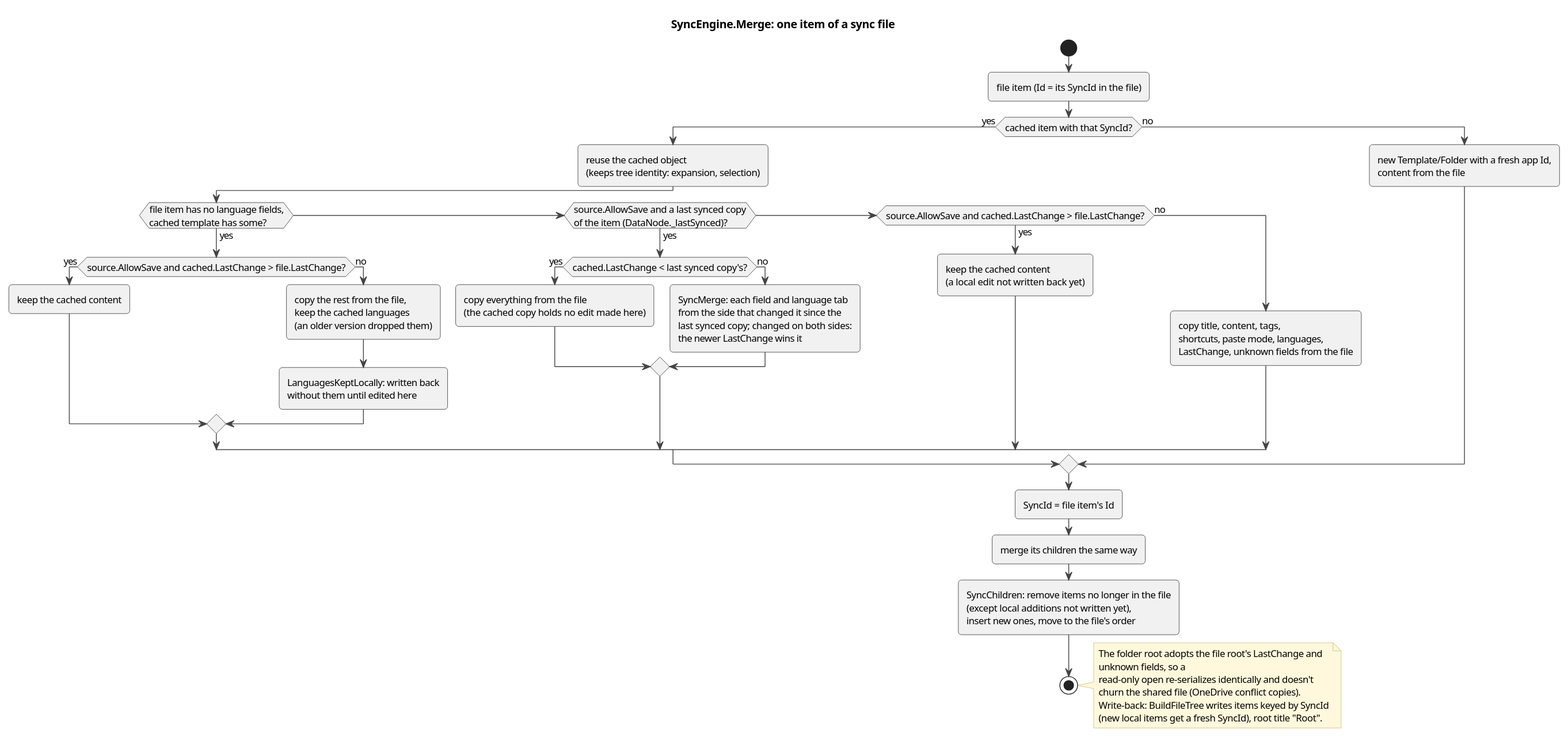
The PlantUML diagram docs/architecture/diagrams/act-sync-merge.svg in halatsWol/TextTemplateManager-v2, before a commit.
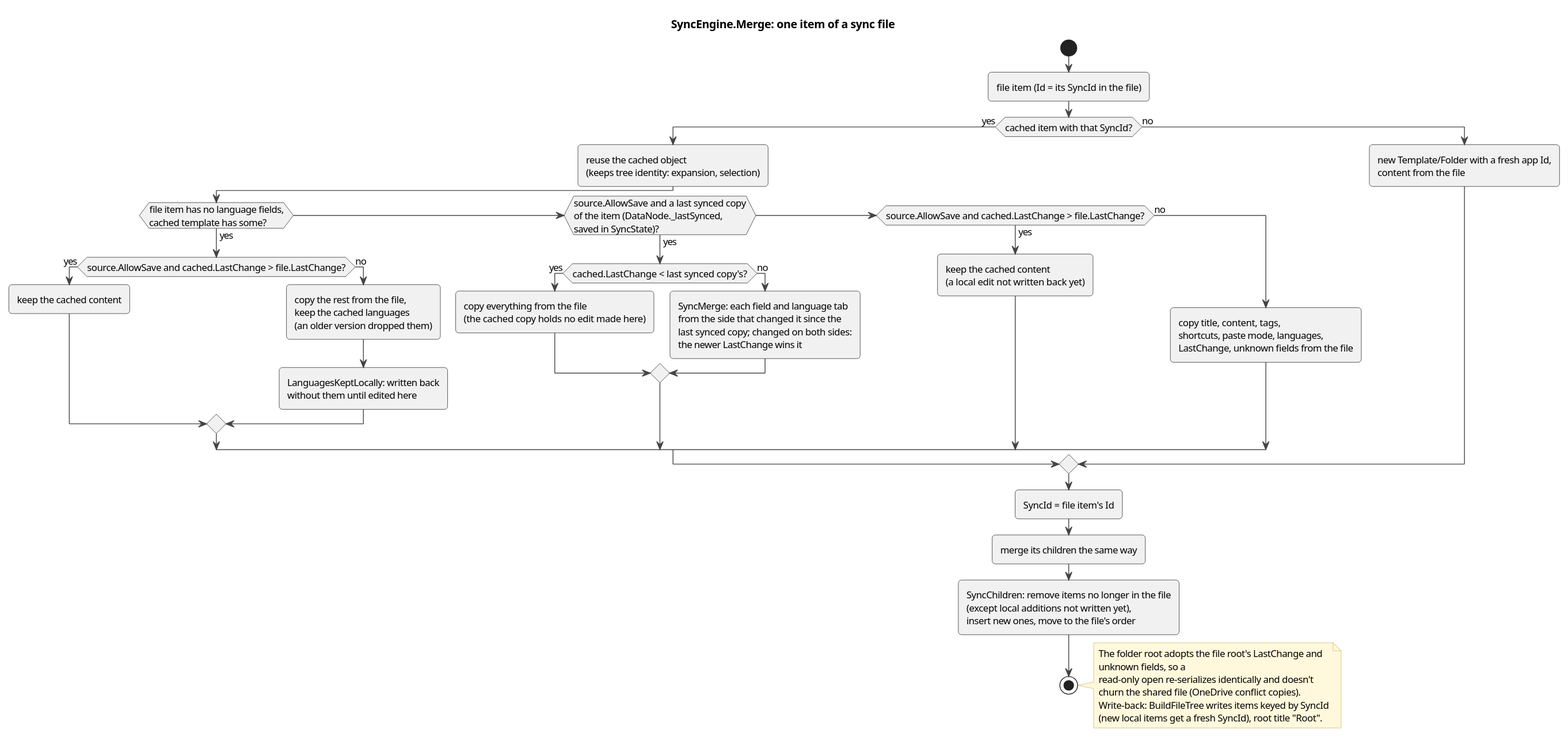
After the change.

Commit message:
sync: keep the last synced copy on disk

The edit, as a diff of the source:
```diff
@@ -13,7 +13,7 @@
       :copy the rest from the file,\nkeep the cached languages\n(an older version dropped them);
       :LanguagesKeptLocally: written back\nwithout them until edited here;
     endif
-  elseif (source.AllowSave and a last synced copy\nof the item (DataNode._lastSynced)?) then (yes)
+  elseif (source.AllowSave and a last synced copy\nof the item (DataNode._lastSynced,\nsaved in SyncState)?) then (yes)
     if (cached.LastChange < last synced copy's?) then (yes)
       :copy everything from the file\n(the cached copy holds no edit made here);
     else (no)
```
